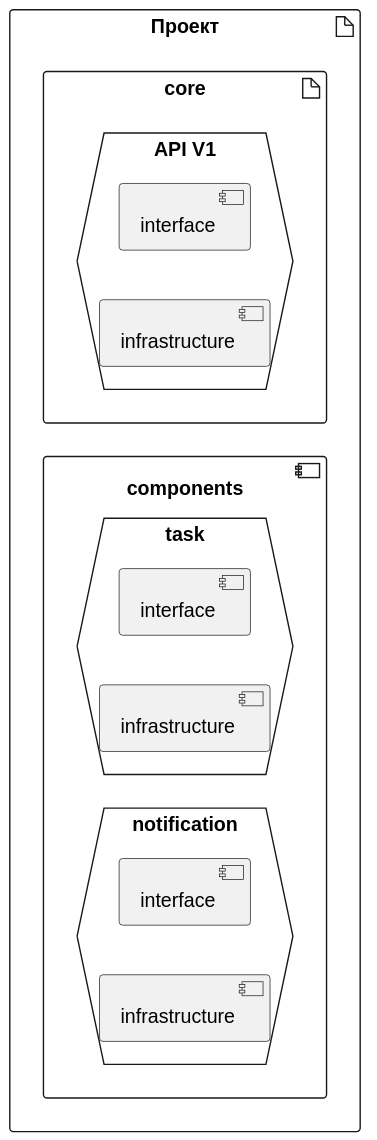
The PlantUML diagram projectdiagram.svg in KravetsMikhail/rest-nodejs-cleanarch-template, before a commit. The source it was exported from:
```plantuml
@startuml
left to right direction
artifact Проект {
    artifact core {
        hexagon "API V1" {
            component "interface"
            component "infrastructure"
        }
    }
    component components {
        hexagon "task" {
            component "interface" as intr1
            component "infrastructure" as infr1
        }
        hexagon notification {
            component "interface" as intr2
            component "infrastructure" as infr2
        }
    }
}
@enduml
```
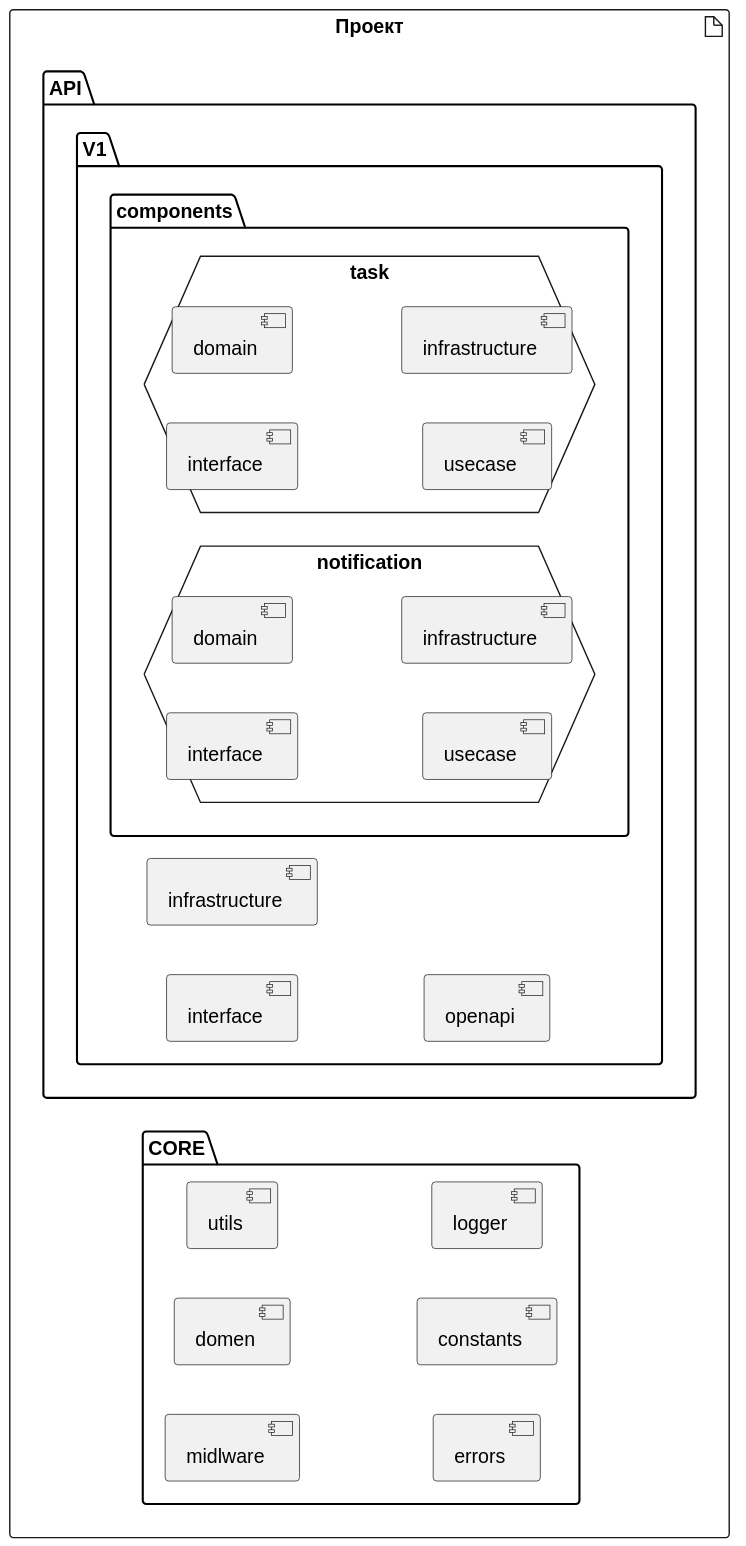
Later version of the same file.

What changed in the source:
```diff
@@ -1,21 +1,34 @@
 @startuml
 left to right direction
-artifact Проект {
-    artifact core {
-        hexagon "API V1" {
+artifact "Проект" {
+    folder "API" {
+        folder "V1" {
             component "interface"
+            folder "components" {
+                hexagon "task" {
+                    component "interface" as intr1
+                    component "domain" as domain1
+                    component "usecase" as usecase1
+                    component "infrastructure" as infr1
+                }
+                hexagon "notification" {
+                    component "interface" as intr2
+                    component "domain" as domain2
+                    component "usecase" as usecase2
+                    component "infrastructure" as infr2
+                }
+            }
             component "infrastructure"
+            component "openapi"
         }
     }
-    component components {
-        hexagon "task" {
-            component "interface" as intr1
-            component "infrastructure" as infr1
-        }
-        hexagon notification {
-            component "interface" as intr2
-            component "infrastructure" as infr2
-        }
+    folder "CORE" {
+        component "midlware"
+        component "domen"
+        component "utils"
+        component "errors"
+        component "constants"
+        component "logger"
     }
 }
 @enduml
```
